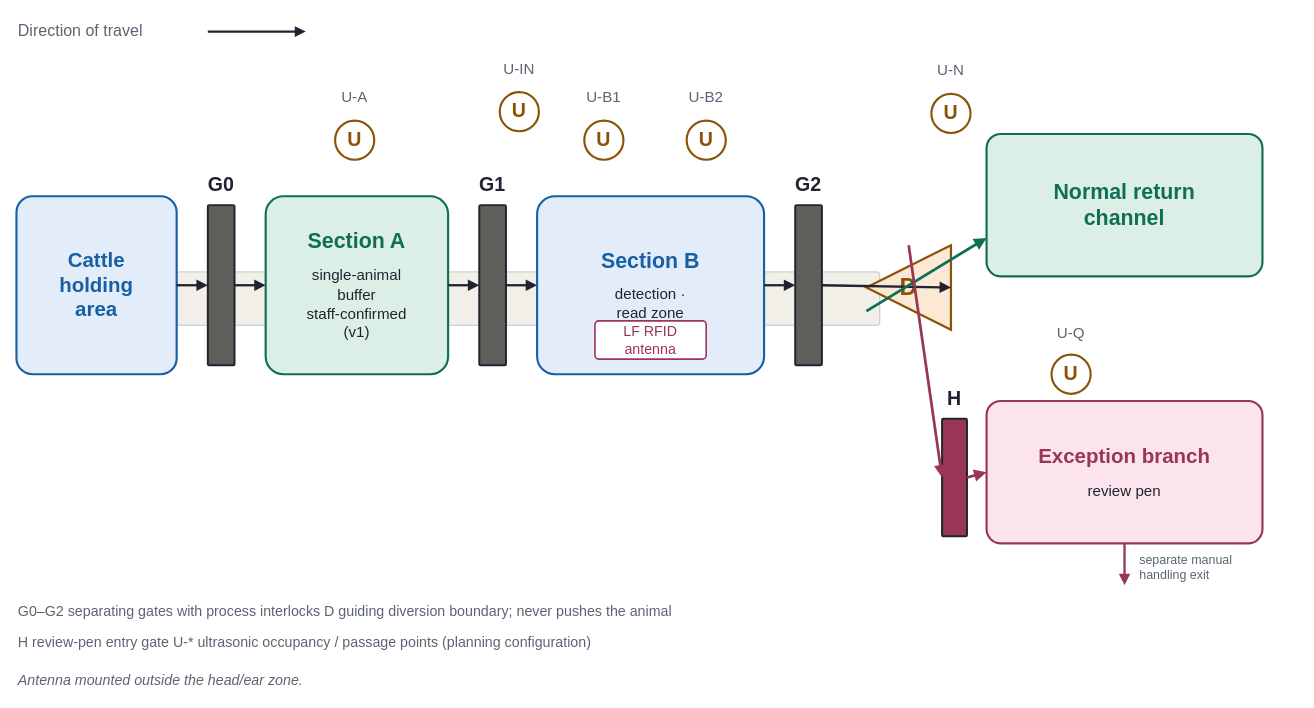
co27la57/UGHN-Y3-E-L keeps this draw.io diagram as 08_组员资料/成员4_Part4_交付/figures/fig_R10_layout.drawio. Above is the earlier version. Source tidied: cells renumbered, new cells numbered last; positions are measured from the earlier drawing's top-left corner, leaving out a move shared by most shapes. Both pictures are drawn from the tidied source at 89%, with x=0, y=0 at pixel (16, 15).
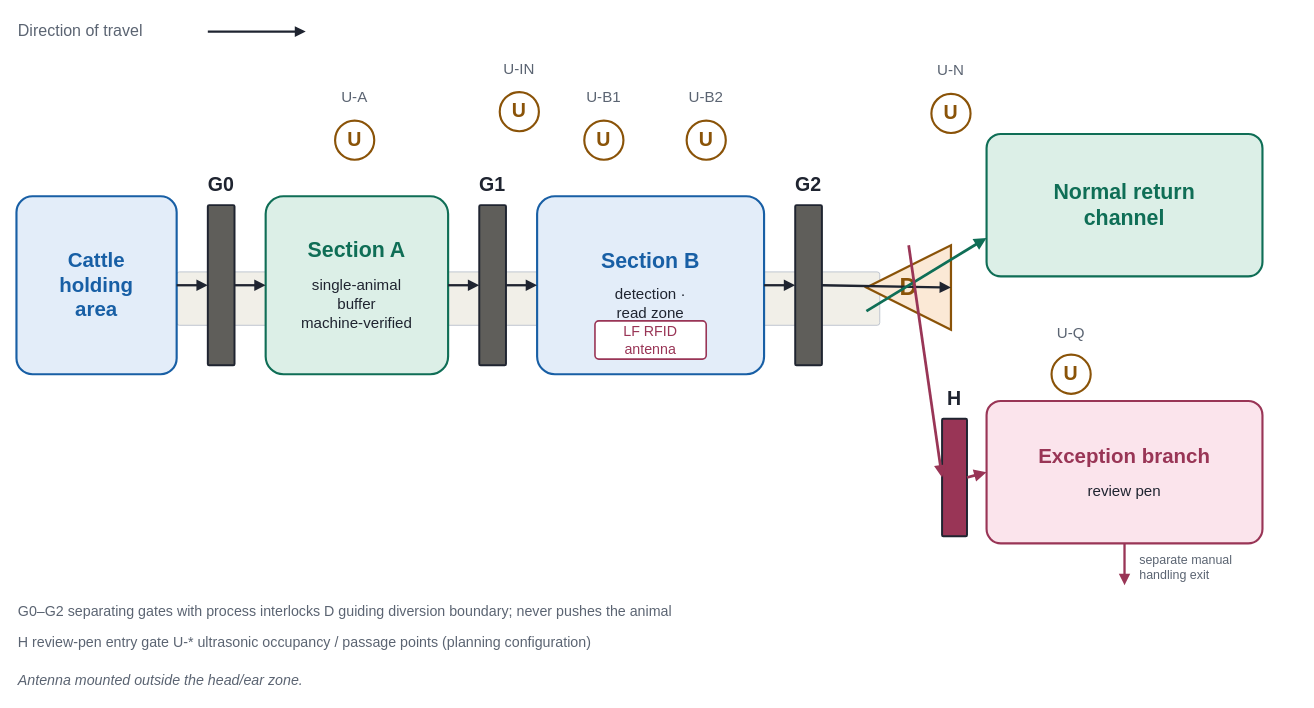
Above is the later version.

Diff of the diagram source:
```diff
@@
-    <mxCell id="8" value="&lt;div style=&quot;font-size:24px;font-weight:bold;color:#0F6E56;&quot;&gt;Section A&lt;/div&gt;&lt;div style=&quot;height:14px;&quot;&gt;&lt;/div&gt;&lt;div style=&quot;font-size:17px;color:#1F2430;line-height:1.25;&quot;&gt;single-animal&lt;br&gt;buffer&lt;br&gt;staff-confirmed&lt;br&gt;(v1)&lt;/div&gt;" style="rounded=1;arcSize=10;whiteSpace=wrap;html=1;align=center;verticalAlign=middle;spacing=9;fillColor=#DCEFE7;strokeColor=#0F6E56;strokeWidth=2.4;" parent="1" vertex="1">
+    <mxCell id="8" value="&lt;div style=&quot;font-size:24px;font-weight:bold;color:#0F6E56;&quot;&gt;Section A&lt;/div&gt;&lt;div style=&quot;height:14px;&quot;&gt;&lt;/div&gt;&lt;div style=&quot;font-size:17px;color:#1F2430;line-height:1.25;&quot;&gt;single-animal&lt;br&gt;buffer&lt;br&gt;machine-verified&lt;/div&gt;" style="rounded=1;arcSize=10;whiteSpace=wrap;html=1;align=center;verticalAlign=middle;spacing=9;fillColor=#DCEFE7;strokeColor=#0F6E56;strokeWidth=2.4;" parent="1" vertex="1">
       <mxGeometry x="280" y="203" width="205" height="200" as="geometry" />
     </mxCell>
```
